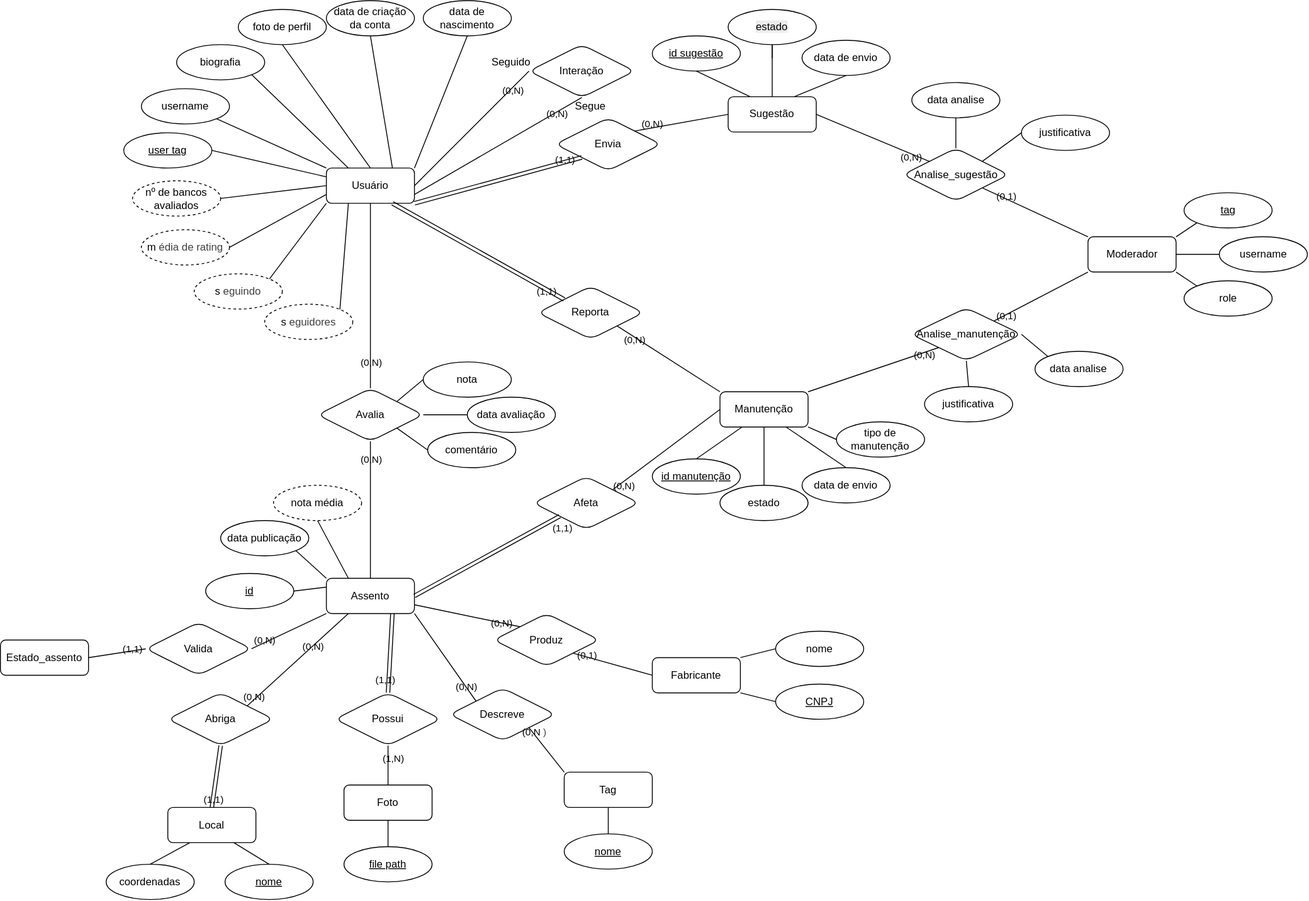
Segohui/Dados-de-Bancos---DB keeps this draw.io diagram as diagram.drawio.svg. Above is the earlier version. Source tidied: cells renumbered, new cells last; positions are measured from the earlier drawing's top-left corner, leaving out a move shared by most shapes.
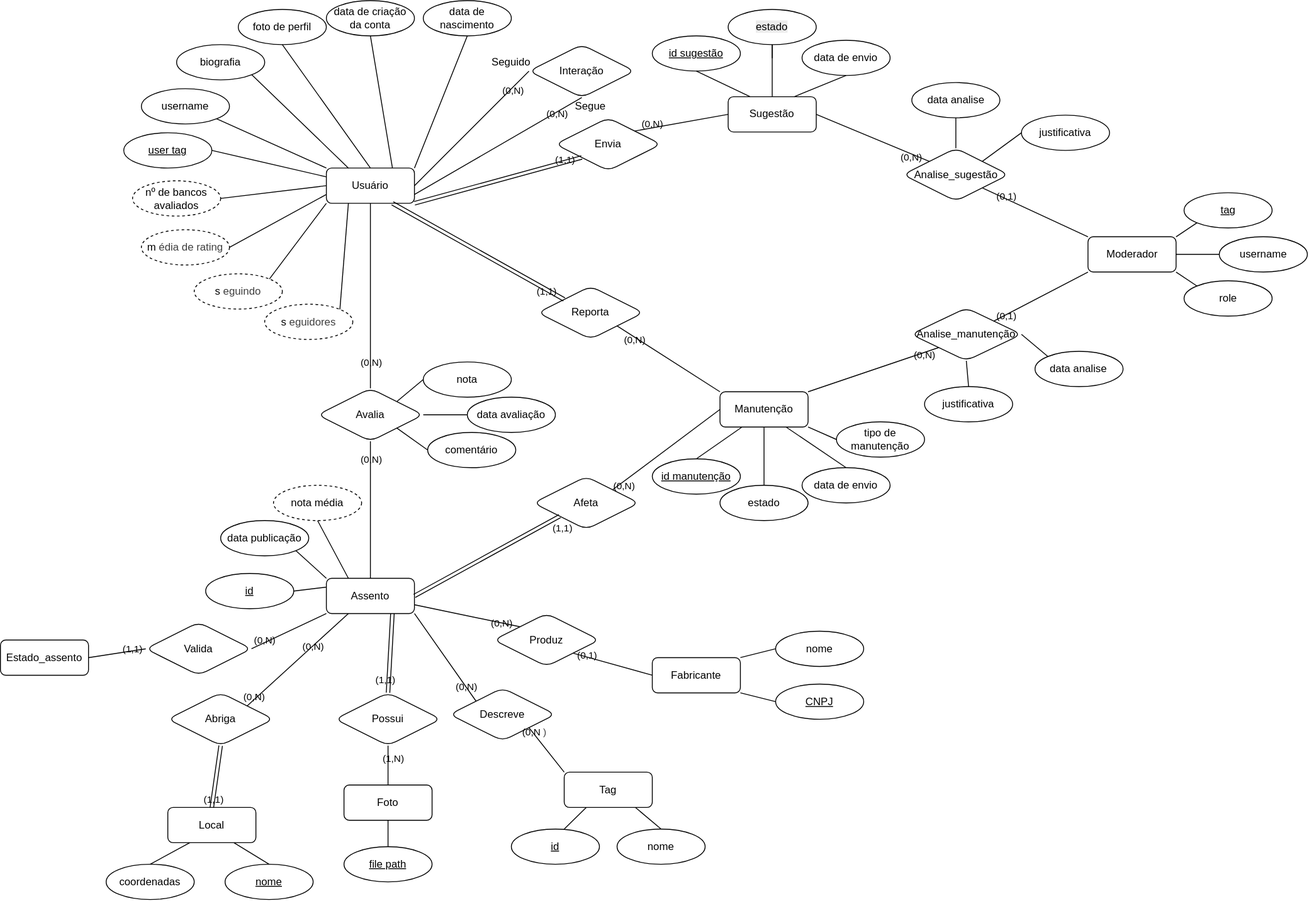
After the commit.

Commit message:
add id property to tag in diagram

Diff of the diagram source:
```diff
@@ -14,6 +14,9 @@
     <mxCell id="5" value="Descreve" style="shape=rhombus;perimeter=rhombusPerimeter;whiteSpace=wrap;html=1;align=center;labelBackgroundColor=none;rounded=1;" parent="1" vertex="1">
       <mxGeometry x="510" y="780" width="120" height="60" as="geometry" />
     </mxCell>
+    <mxCell id="150" style="edgeStyle=none;html=1;exitX=0.25;exitY=1;exitDx=0;exitDy=0;endArrow=none;endFill=0;entryX=0.6;entryY=0;entryDx=0;entryDy=0;entryPerimeter=0;" parent="1" edge="1" source="6" target="151">
+      <mxGeometry relative="1" as="geometry" />
+    </mxCell>
     <mxCell id="6" value="Tag" style="whiteSpace=wrap;html=1;align=center;labelBackgroundColor=none;rounded=1;" parent="1" vertex="1">
       <mxGeometry x="640" y="875.5" width="100" height="40" as="geometry" />
     </mxCell>
@@ -133,8 +136,8 @@
     <mxCell id="40" style="endArrow=none;html=1;rounded=1;exitX=1;exitY=1;exitDx=0;exitDy=0;entryX=0;entryY=0.5;entryDx=0;entryDy=0;labelBackgroundColor=none;fontColor=default;" parent="1" edge="1" source="8" target="38">
       <mxGeometry relative="1" as="geometry" />
     </mxCell>
-    <mxCell id="41" value="&lt;u&gt;nome&lt;/u&gt;" style="ellipse;whiteSpace=wrap;html=1;align=center;labelBackgroundColor=none;rounded=1;" parent="1" vertex="1">
-      <mxGeometry x="640" y="945.5" width="100" height="40" as="geometry" />
+    <mxCell id="41" value="nome" style="ellipse;whiteSpace=wrap;html=1;align=center;labelBackgroundColor=none;rounded=1;" parent="1" vertex="1">
+      <mxGeometry x="700" y="940" width="100" height="40" as="geometry" />
     </mxCell>
     <mxCell id="42" value="&lt;u&gt;file path&lt;/u&gt;" style="ellipse;whiteSpace=wrap;html=1;align=center;labelBackgroundColor=none;rounded=1;" parent="1" vertex="1">
       <mxGeometry x="390" y="960" width="100" height="40" as="geometry" />
@@ -194,7 +197,7 @@
     <mxCell id="59" style="edgeStyle=none;jettySize=auto;html=1;rounded=1;endArrow=none;endFill=0;exitX=0.5;exitY=0;exitDx=0;exitDy=0;entryX=0.5;entryY=1;entryDx=0;entryDy=0;labelBackgroundColor=none;fontColor=default;" parent="1" edge="1" source="42" target="139">
       <mxGeometry relative="1" as="geometry" />
     </mxCell>
-    <mxCell id="60" style="edgeStyle=none;jettySize=auto;html=1;rounded=1;endArrow=none;endFill=0;exitX=0.5;exitY=0;exitDx=0;exitDy=0;entryX=0.5;entryY=1;entryDx=0;entryDy=0;labelBackgroundColor=none;fontColor=default;" parent="1" edge="1" source="41" target="6">
+    <mxCell id="60" style="edgeStyle=none;jettySize=auto;html=1;rounded=1;endArrow=none;endFill=0;exitX=0.5;exitY=0;exitDx=0;exitDy=0;entryX=0.807;entryY=0.998;entryDx=0;entryDy=0;labelBackgroundColor=none;fontColor=default;entryPerimeter=0;" parent="1" edge="1" source="41" target="6">
       <mxGeometry relative="1" as="geometry" />
     </mxCell>
     <mxCell id="61" value="s&lt;span style=&quot;color: rgb(63, 63, 63); background-color: transparent;&quot;&gt;eguidores&lt;/span&gt;" style="ellipse;whiteSpace=wrap;html=1;align=center;dashed=1;labelBackgroundColor=none;rounded=1;" parent="1" vertex="1">
@@ -488,5 +491,8 @@
         <mxPoint x="64" y="1" as="offset" />
       </mxGeometry>
     </mxCell>
+    <mxCell id="151" value="&lt;u&gt;id&lt;/u&gt;" style="ellipse;whiteSpace=wrap;html=1;align=center;labelBackgroundColor=none;rounded=1;" parent="1" vertex="1">
+      <mxGeometry x="580" y="940" width="100" height="40" as="geometry" />
+    </mxCell>
   </root>
 </mxGraphModel>
```
